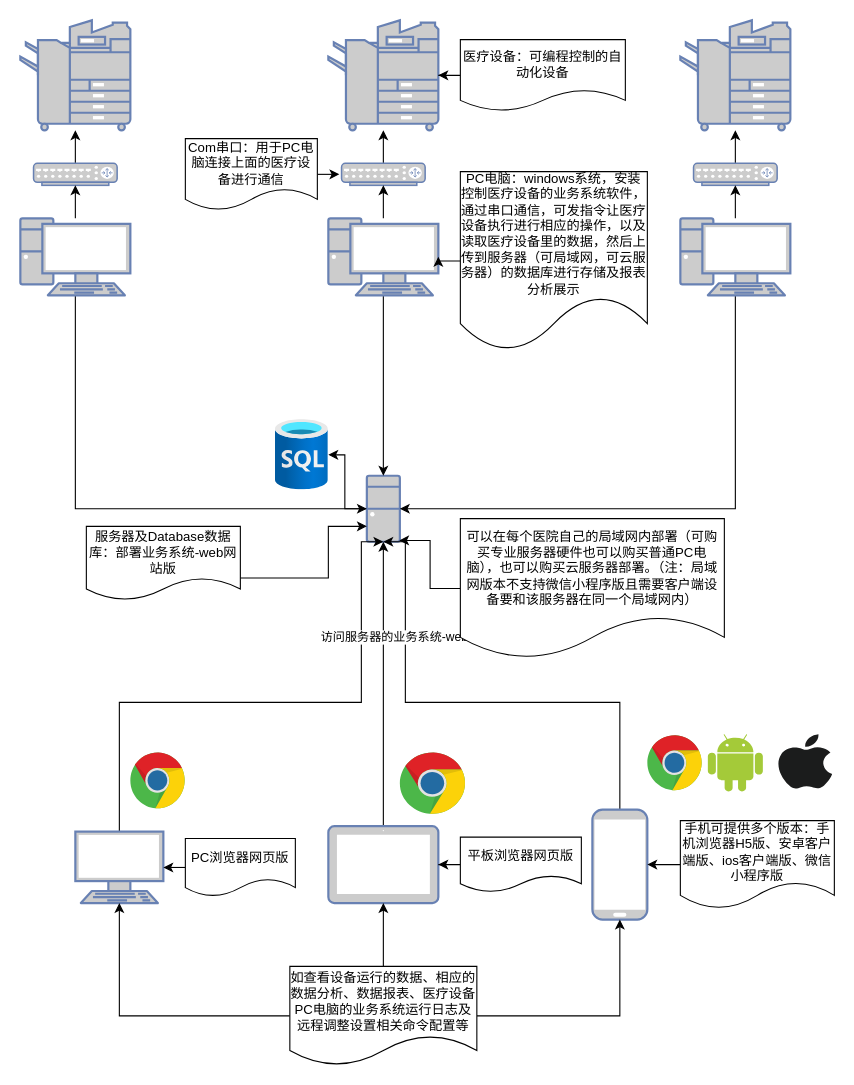
Before: project/医疗器械系统.drawio in yangtech555/diagrams, a draw.io diagram. Source tidied: cells renumbered, new cells numbered last; positions are measured from the earlier drawing's top-left corner, leaving out a move shared by most shapes. Both pictures are drawn from the tidied source at 110%, with x=0, y=0 at pixel (20, 20).
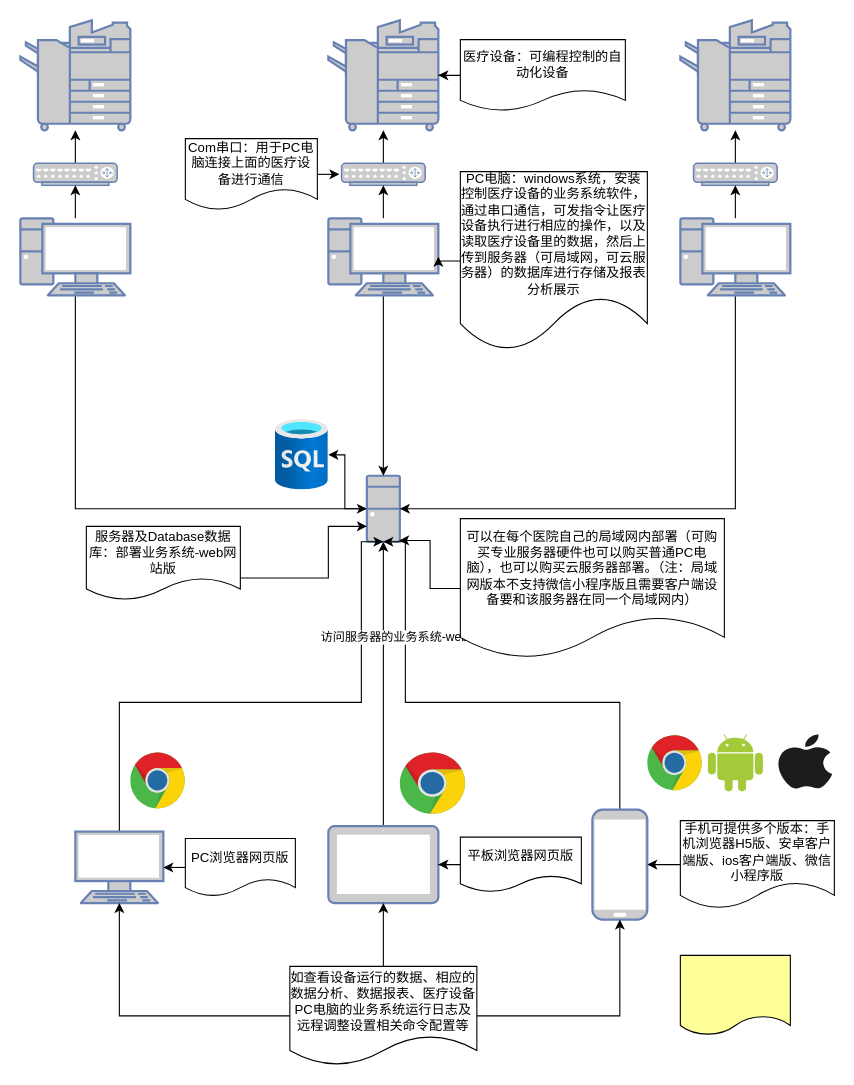
Above is the later version.

Diff of the diagram source:
```diff
@@
+    <mxCell id="55" style="html=1;whiteSpace=wrap;fillColor=#ffff99;shape=mxgraph.archimate.representation;" parent="1" vertex="1">
+      <mxGeometry x="600" y="850" width="100" height="75" as="geometry" />
+    </mxCell>
```
